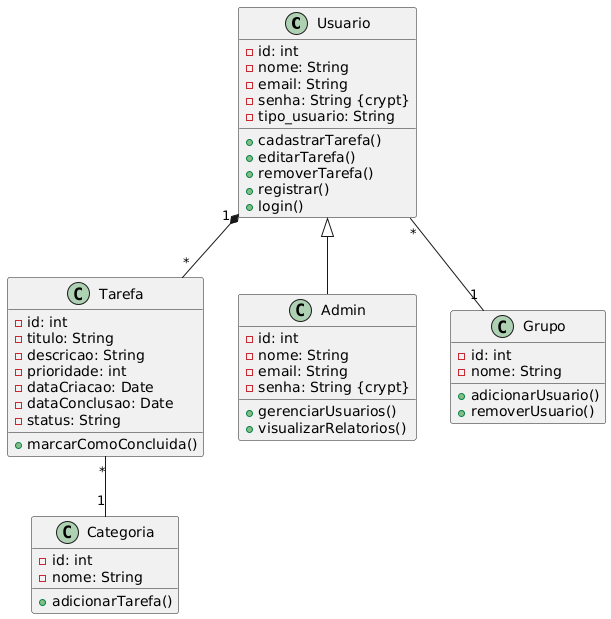
MateusOliveiraT25/ProjetosNodeJs keeps this PlantUML diagram as ProjetoToDoListAF/docs/diagrams/diagrama_de_classes.png. Above is the earlier version.
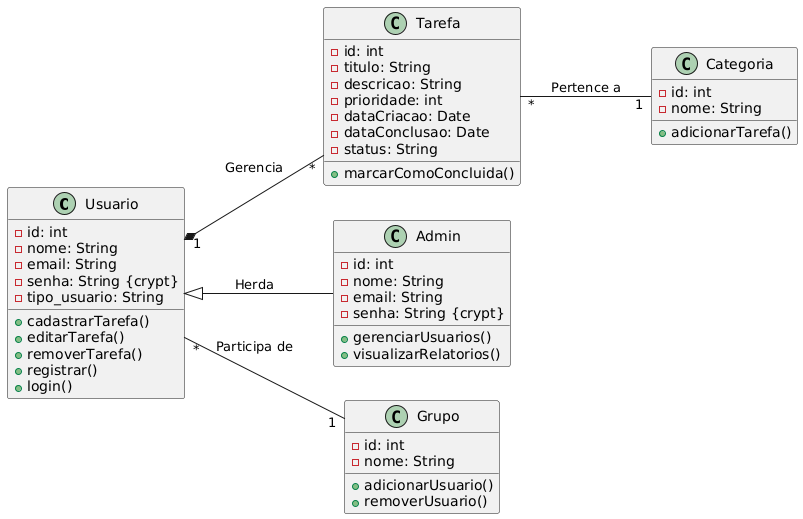
The same diagram one commit later.

Diff of the diagram source:
```diff
@@ -1,4 +1,6 @@
 @startuml
+left to right direction
+
 class Usuario {
     - id: int
     - nome: String
@@ -45,8 +47,8 @@
     + removerUsuario()
 }
 
-Usuario "1" *-- "*" Tarefa
-Tarefa "*" -- "1" Categoria
-Usuario <|-- Admin
-Usuario "*" -- "1" Grupo
+Usuario "1" *-- "*" Tarefa : Gerencia
+Tarefa "*" -- "1" Categoria : Pertence a
+Usuario <|-- Admin : Herda
+Usuario "*" -- "1" Grupo : Participa de
 @enduml
```
